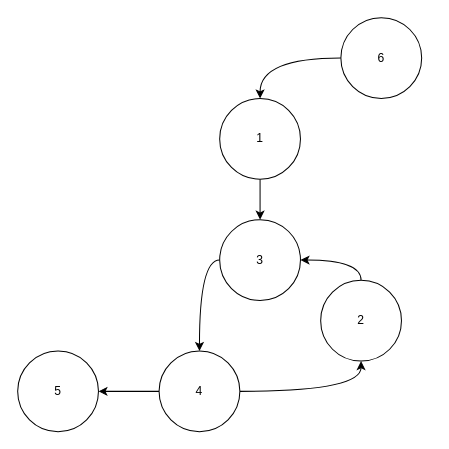
Above: NetwerkFlow/media/Voorbeeld netwerk.drawio in Stephanvanb/SensorNetwerkenDoc (draw.io), before the change. Source tidied: cells renumbered, new cells numbered last; positions are measured from the earlier drawing's top-left corner, leaving out a move shared by most shapes. Both pictures are drawn from the tidied source at 101%, with x=0, y=0 at pixel (17, 17).
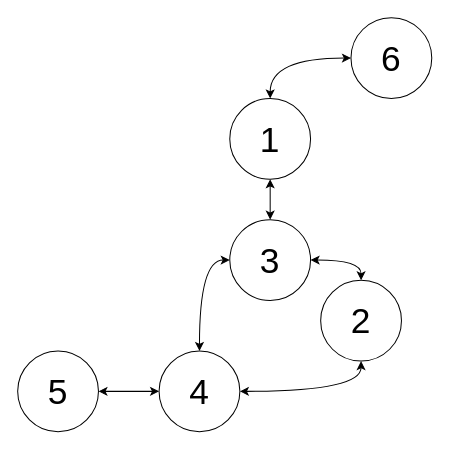
The same page after the edit.

Commit message (it also covers changes not shown here):
media folder

The edit, as a diff of the source:
```diff
@@
 <mxGraphModel>
   <root>
     <mxCell id="0" />
     <mxCell id="1" parent="0" />
-    <mxCell id="2" style="edgeStyle=orthogonalEdgeStyle;curved=1;rounded=0;jettySize=auto;html=1;exitX=0;exitY=0.5;exitDx=0;exitDy=0;entryX=0.5;entryY=0;entryDx=0;entryDy=0;" parent="1" edge="1" source="3" target="5">
+    <mxCell id="2" style="edgeStyle=orthogonalEdgeStyle;curved=1;rounded=0;jettySize=auto;html=1;exitX=0;exitY=0.5;exitDx=0;exitDy=0;entryX=0.5;entryY=0;entryDx=0;entryDy=0;startArrow=classic;startFill=1;" parent="1" edge="1" source="3" target="5">
       <mxGeometry relative="1" as="geometry" />
     </mxCell>
-    <mxCell id="3" value="6" style="ellipse;whiteSpace=wrap;html=1;" parent="1" vertex="1">
-      <mxGeometry x="320" width="80" height="80" as="geometry" />
+    <mxCell id="3" value="&lt;font style=&quot;font-size: 35px&quot;&gt;6&lt;/font&gt;" style="ellipse;whiteSpace=wrap;html=1;" parent="1" vertex="1">
+      <mxGeometry x="330" width="80" height="80" as="geometry" />
     </mxCell>
-    <mxCell id="4" style="edgeStyle=orthogonalEdgeStyle;curved=1;rounded=0;jettySize=auto;html=1;" parent="1" edge="1" source="5" target="7">
+    <mxCell id="4" style="edgeStyle=orthogonalEdgeStyle;curved=1;rounded=0;jettySize=auto;html=1;startArrow=classic;startFill=1;" parent="1" edge="1" source="5" target="7">
       <mxGeometry relative="1" as="geometry" />
     </mxCell>
-    <mxCell id="5" value="1" style="ellipse;whiteSpace=wrap;html=1;" parent="1" vertex="1">
-      <mxGeometry x="200" y="80" width="80" height="80" as="geometry" />
+    <mxCell id="5" value="&lt;font style=&quot;font-size: 35px&quot;&gt;1&lt;/font&gt;" style="ellipse;whiteSpace=wrap;html=1;" parent="1" vertex="1">
+      <mxGeometry x="210" y="80" width="80" height="80" as="geometry" />
     </mxCell>
-    <mxCell id="6" style="edgeStyle=orthogonalEdgeStyle;curved=1;rounded=0;jettySize=auto;html=1;exitX=0;exitY=0.5;exitDx=0;exitDy=0;entryX=0.5;entryY=0;entryDx=0;entryDy=0;" parent="1" edge="1" source="7" target="10">
+    <mxCell id="6" style="edgeStyle=orthogonalEdgeStyle;curved=1;rounded=0;jettySize=auto;html=1;exitX=0;exitY=0.5;exitDx=0;exitDy=0;entryX=0.5;entryY=0;entryDx=0;entryDy=0;startArrow=classic;startFill=1;" parent="1" edge="1" source="7" target="10">
       <mxGeometry relative="1" as="geometry" />
     </mxCell>
-    <mxCell id="7" value="3" style="ellipse;whiteSpace=wrap;html=1;" parent="1" vertex="1">
-      <mxGeometry x="200" y="200" width="80" height="80" as="geometry" />
+    <mxCell id="7" value="3" style="ellipse;whiteSpace=wrap;html=1;fontSize=35;" parent="1" vertex="1">
+      <mxGeometry x="210" y="200" width="80" height="80" as="geometry" />
     </mxCell>
-    <mxCell id="8" style="edgeStyle=orthogonalEdgeStyle;curved=1;rounded=0;jettySize=auto;html=1;" parent="1" edge="1" source="10" target="11">
+    <mxCell id="8" style="edgeStyle=orthogonalEdgeStyle;curved=1;rounded=0;jettySize=auto;html=1;startArrow=classic;startFill=1;" parent="1" edge="1" source="10" target="11">
       <mxGeometry relative="1" as="geometry" />
     </mxCell>
-    <mxCell id="9" style="edgeStyle=orthogonalEdgeStyle;curved=1;rounded=0;jettySize=auto;html=1;exitX=1;exitY=0.5;exitDx=0;exitDy=0;entryX=0.5;entryY=1;entryDx=0;entryDy=0;" parent="1" edge="1" source="10" target="13">
+    <mxCell id="9" style="edgeStyle=orthogonalEdgeStyle;curved=1;rounded=0;jettySize=auto;html=1;exitX=1;exitY=0.5;exitDx=0;exitDy=0;entryX=0.5;entryY=1;entryDx=0;entryDy=0;startArrow=classic;startFill=1;" parent="1" edge="1" source="10" target="13">
       <mxGeometry relative="1" as="geometry" />
     </mxCell>
-    <mxCell id="10" value="4" style="ellipse;whiteSpace=wrap;html=1;" parent="1" vertex="1">
+    <mxCell id="10" value="4" style="ellipse;whiteSpace=wrap;html=1;fontSize=35;" parent="1" vertex="1">
       <mxGeometry x="140" y="330" width="80" height="80" as="geometry" />
     </mxCell>
-    <mxCell id="11" value="5" style="ellipse;whiteSpace=wrap;html=1;" parent="1" vertex="1">
+    <mxCell id="11" value="5" style="ellipse;whiteSpace=wrap;html=1;fontSize=35;" parent="1" vertex="1">
       <mxGeometry y="330" width="80" height="80" as="geometry" />
     </mxCell>
-    <mxCell id="12" style="edgeStyle=orthogonalEdgeStyle;curved=1;rounded=0;jettySize=auto;html=1;exitX=0.5;exitY=0;exitDx=0;exitDy=0;entryX=1;entryY=0.5;entryDx=0;entryDy=0;" parent="1" edge="1" source="13" target="7">
+    <mxCell id="12" style="edgeStyle=orthogonalEdgeStyle;curved=1;rounded=0;jettySize=auto;html=1;exitX=0.5;exitY=0;exitDx=0;exitDy=0;entryX=1;entryY=0.5;entryDx=0;entryDy=0;startArrow=classic;startFill=1;" parent="1" edge="1" source="13" target="7">
       <mxGeometry relative="1" as="geometry" />
     </mxCell>
-    <mxCell id="13" value="2" style="ellipse;whiteSpace=wrap;html=1;" parent="1" vertex="1">
+    <mxCell id="13" value="2" style="ellipse;whiteSpace=wrap;html=1;fontSize=35;" parent="1" vertex="1">
       <mxGeometry x="300" y="260" width="80" height="80" as="geometry" />
     </mxCell>
   </root>
 </mxGraphModel>
```
